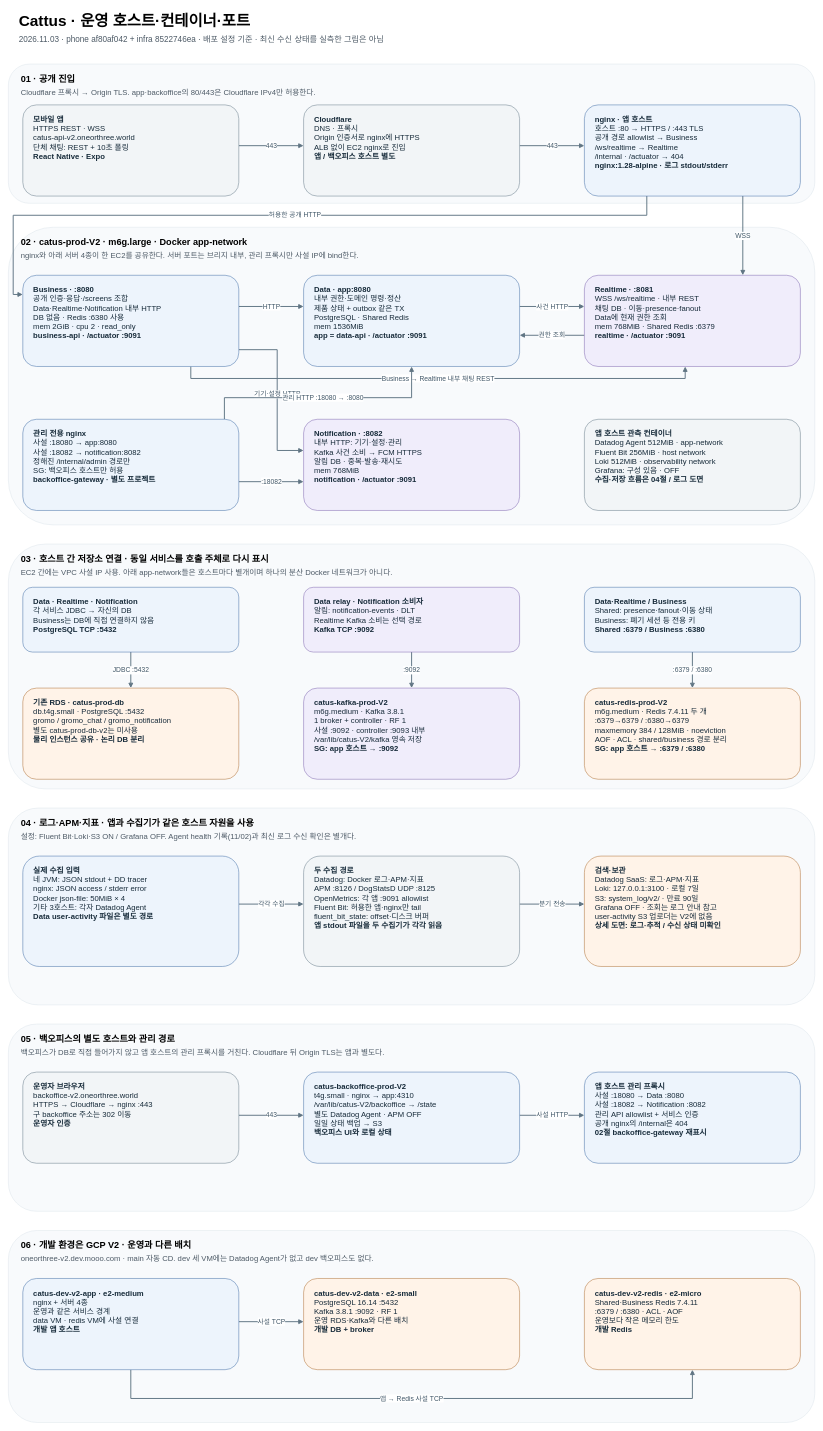
OneOrThree/oneorthree-docs keeps this draw.io diagram as portfolio/diagrams/04-system.drawio.xml. Above is the earlier version. Source tidied: cells renumbered, new cells numbered last; positions are measured from the earlier drawing's top-left corner, leaving out a move shared by most shapes. Both pictures are drawn from the tidied source at 48%, with x=0, y=0 at pixel (8, 8).
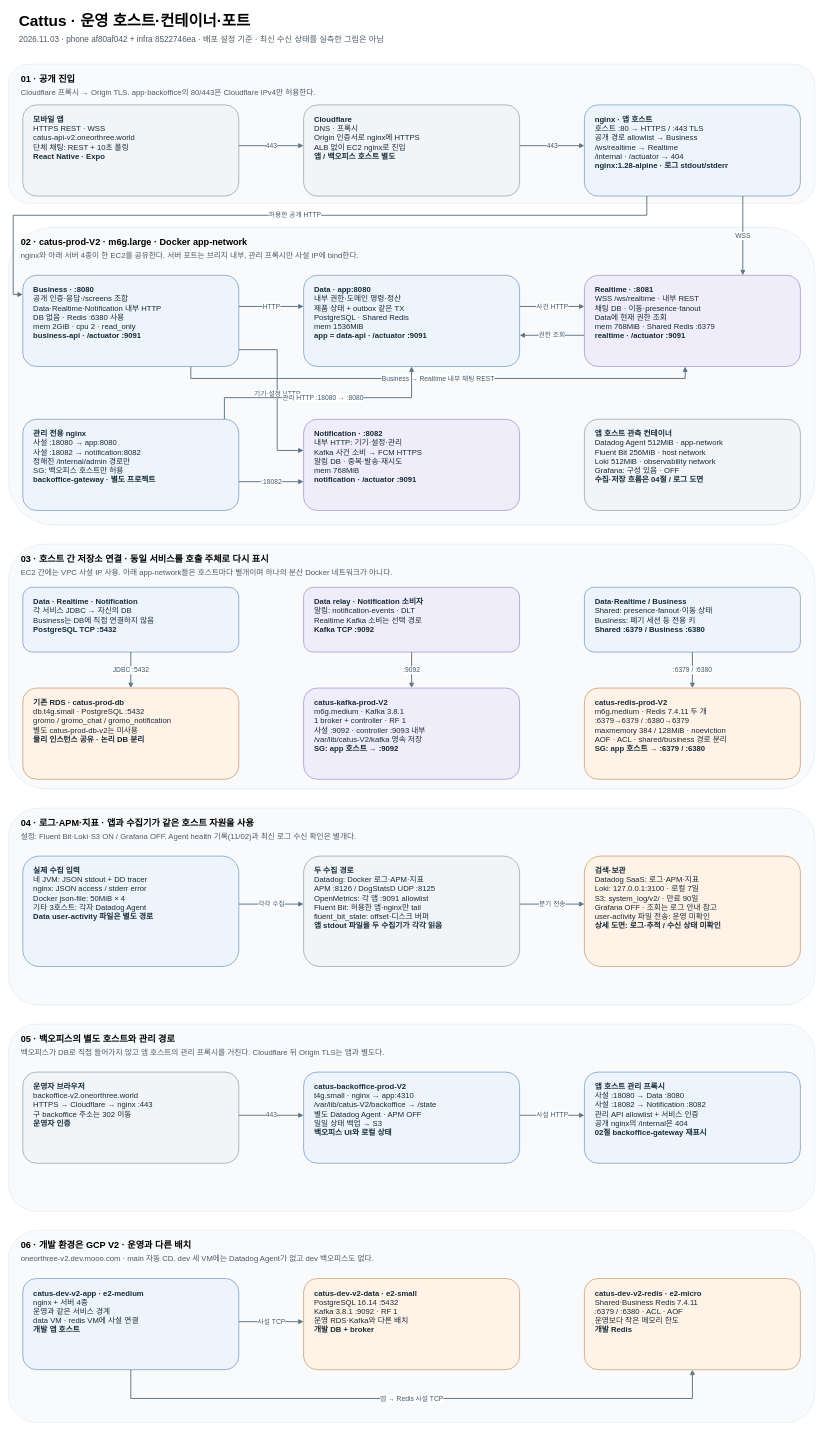
Above is the later version.

Change to the diagram source:
```diff
@@
-    <mxCell id="59" value="&lt;b&gt;검색·보관&lt;/b&gt;&lt;br&gt;Datadog SaaS: 로그·APM·지표&lt;br&gt;Loki: 127.0.0.1:3100 · 로컬 7일&lt;br&gt;S3: system_log/v2/ · 만료 90일&lt;br&gt;Grafana OFF · 조회는 로그 안내 참고&lt;br&gt;user-activity S3 업로더는 V2에 없음&lt;br&gt;&lt;b&gt;상세 도면: 로그·추적 / 수신 상태 미확인&lt;/b&gt;" style="rounded=1;whiteSpace=wrap;html=1;fillColor=#fff3e8;strokeColor=#a9682b;fontColor=#172b3a;fontSize=16;align=left;verticalAlign=top;spacingTop=14;spacingLeft=20;spacingRight=14;spacingBottom=12;" parent="1" vertex="1">
+    <mxCell id="59" value="&lt;b&gt;검색·보관&lt;/b&gt;&lt;br&gt;Datadog SaaS: 로그·APM·지표&lt;br&gt;Loki: 127.0.0.1:3100 · 로컬 7일&lt;br&gt;S3: system_log/v2/ · 만료 90일&lt;br&gt;Grafana OFF · 조회는 로그 안내 참고&lt;br&gt;user-activity 파일 전송: 운영 미확인&lt;br&gt;&lt;b&gt;상세 도면: 로그·추적 / 수신 상태 미확인&lt;/b&gt;" style="rounded=1;whiteSpace=wrap;html=1;fillColor=#fff3e8;strokeColor=#a9682b;fontColor=#172b3a;fontSize=16;align=left;verticalAlign=top;spacingTop=14;spacingLeft=20;spacingRight=14;spacingBottom=12;" parent="1" vertex="1">
       <mxGeometry x="1200" y="1766" width="450" height="230" as="geometry" />
     </mxCell>
```
